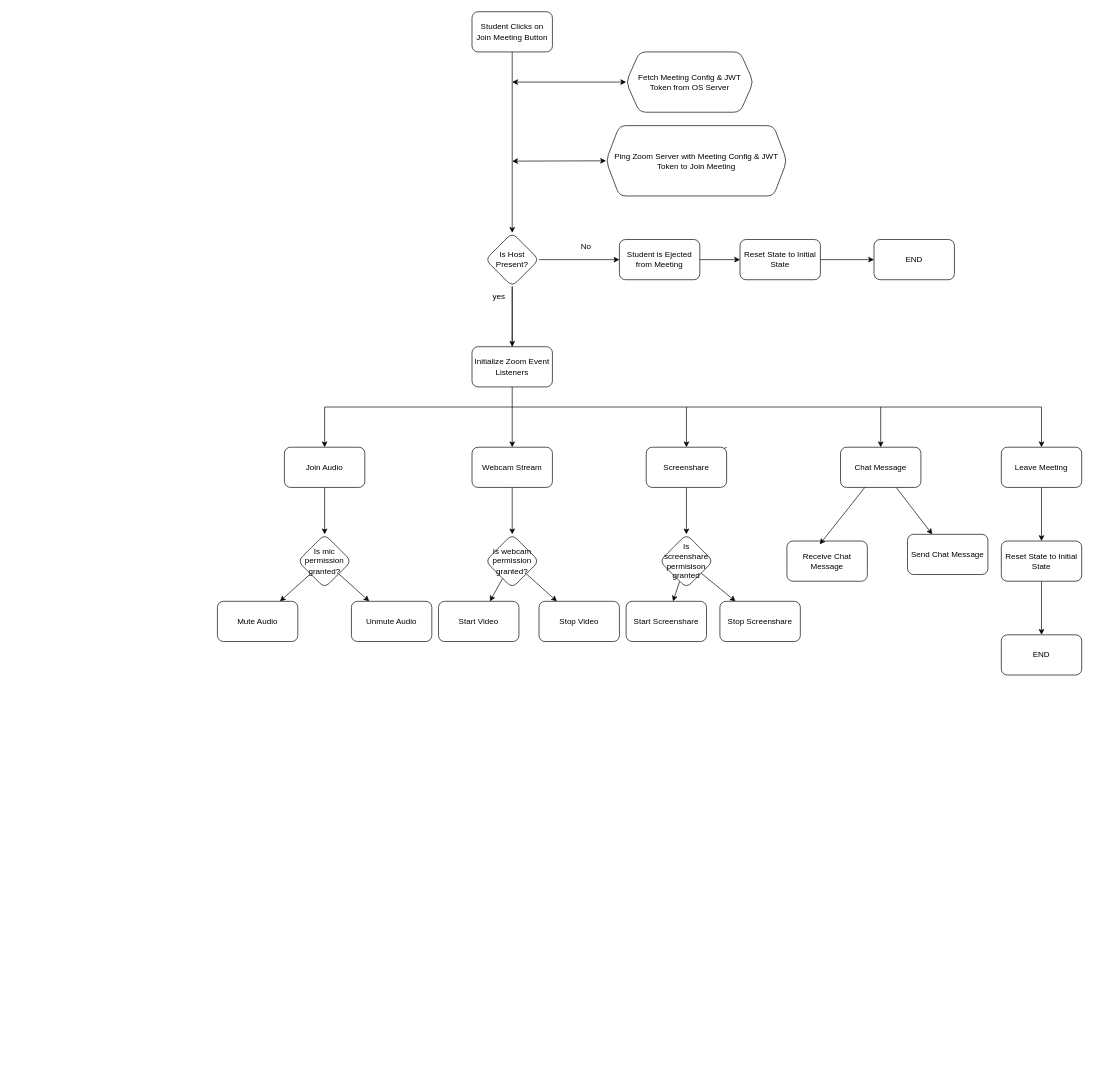
Earlier version of the draw.io diagram Meeting Feature Diagram.drawio (faizanalibugti/Feature-Digrams). Source tidied: cells renumbered, new cells numbered last; positions are measured from the earlier drawing's top-left corner, leaving out a move shared by most shapes. Both pictures are drawn from the tidied source at 67%, with x=0, y=0 at pixel (217, 11).
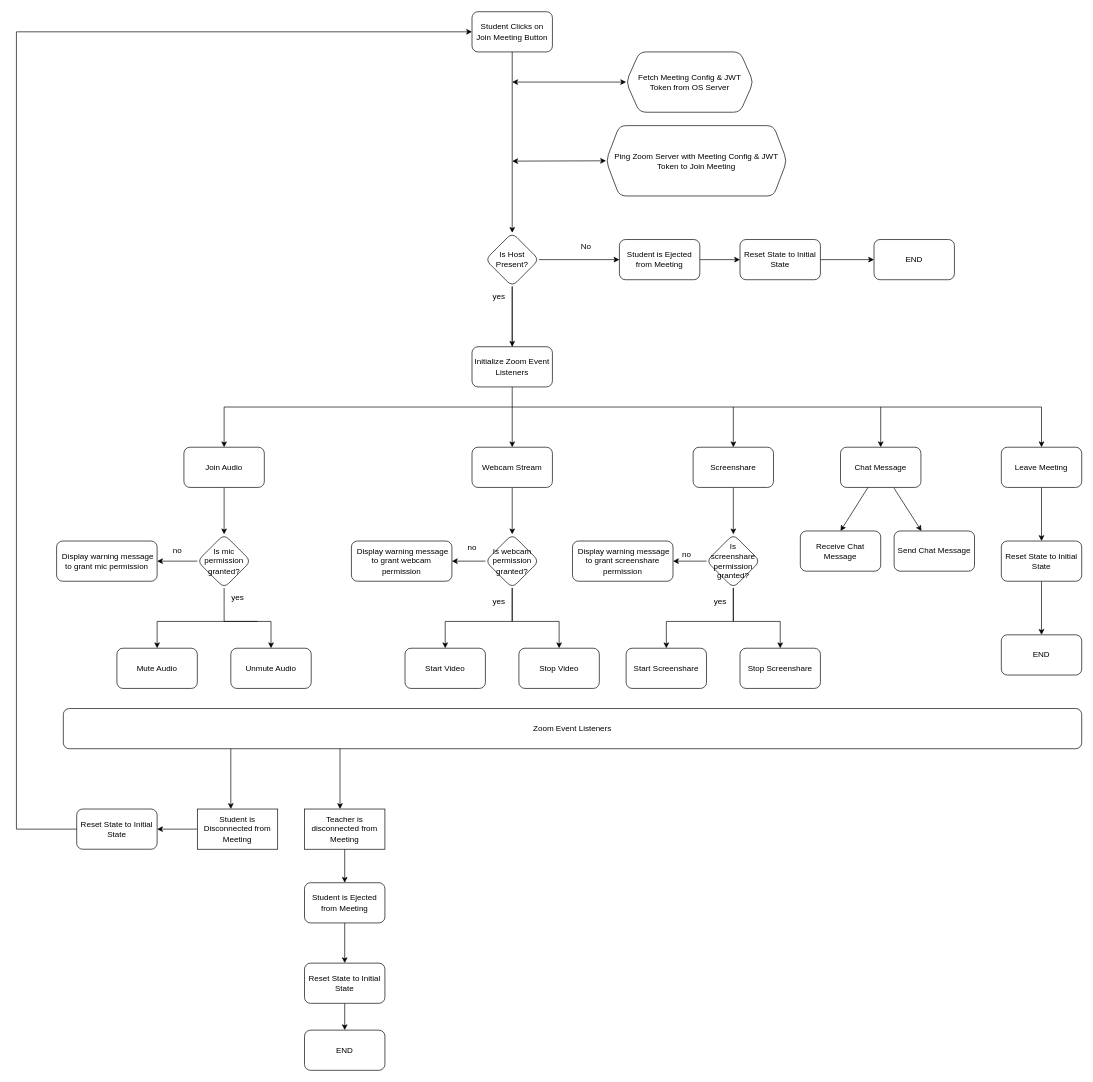
Above is the later version.

Unchanged cells that the change refers to:
```xml
<mxCell id="3" value="Student Clicks on Join Meeting Button" style="rounded=1;whiteSpace=wrap;html=1;" parent="1" vertex="1">
  <mxGeometry x="380" width="120" height="60" as="geometry" />
</mxCell>
<mxCell id="17" value="Webcam Stream" style="rounded=1;whiteSpace=wrap;html=1;" parent="1" vertex="1">
  <mxGeometry x="380" y="650" width="120" height="60" as="geometry" />
</mxCell>
<mxCell id="20" value="Chat Message" style="rounded=1;whiteSpace=wrap;html=1;" parent="1" vertex="1">
  <mxGeometry x="930" y="650" width="120" height="60" as="geometry" />
</mxCell>
```

Diff of the diagram source:
```diff
@@
     <mxCell id="13" style="edgeStyle=none;rounded=0;jettySize=auto;html=1;" parent="1" edge="1" target="15">
       <mxGeometry relative="1" as="geometry">
         <mxPoint x="1230" y="590" as="sourcePoint" />
         <Array as="points">
-          <mxPoint x="160" y="590" />
+          <mxPoint x="10" y="590" />
         </Array>
       </mxGeometry>
     </mxCell>
@@
     <mxCell id="15" value="Join Audio" style="whiteSpace=wrap;html=1;rounded=1;" parent="1" vertex="1">
-      <mxGeometry x="100" y="650" width="120" height="60" as="geometry" />
+      <mxGeometry x="-50" y="650" width="120" height="60" as="geometry" />
     </mxCell>
-    <mxCell id="16" style="edgeStyle=none;rounded=0;jettySize=auto;html=1;" parent="1" edge="1" source="17" target="38">
-      <mxGeometry relative="1" as="geometry" />
+    <mxCell id="16" style="edgeStyle=none;rounded=0;jettySize=auto;html=1;" parent="1" edge="1" source="17">
+      <mxGeometry relative="1" as="geometry">
+        <mxPoint x="440" y="780" as="targetPoint" />
+      </mxGeometry>
     </mxCell>
@@
     <mxCell id="23" style="edgeStyle=none;rounded=0;jettySize=auto;html=1;" parent="1" edge="1" source="25">
       <mxGeometry relative="1" as="geometry">
-        <mxPoint x="700" y="780" as="targetPoint" />
+        <mxPoint x="770" y="780" as="targetPoint" />
       </mxGeometry>
     </mxCell>
     <mxCell id="24" style="edgeStyle=none;rounded=0;jettySize=auto;html=1;" parent="1" edge="1" target="25">
       <mxGeometry relative="1" as="geometry">
-        <mxPoint x="700" y="590" as="sourcePoint" />
+        <mxPoint x="770" y="590" as="sourcePoint" />
       </mxGeometry>
     </mxCell>
     <mxCell id="25" value="Screenshare" style="rounded=1;whiteSpace=wrap;html=1;" parent="1" vertex="1">
-      <mxGeometry x="640" y="650" width="120" height="60" as="geometry" />
+      <mxGeometry x="710" y="650" width="120" height="60" as="geometry" />
     </mxCell>
@@
-    <mxCell id="31" style="edgeStyle=none;rounded=0;jettySize=auto;html=1;" parent="1" edge="1" source="33" target="34">
-      <mxGeometry relative="1" as="geometry" />
-    </mxCell>
+    <mxCell id="56" style="edgeStyle=orthogonalEdgeStyle;rounded=0;jettySize=auto;html=1;" parent="1" edge="1" source="33" target="59">
+      <mxGeometry relative="1" as="geometry" />
+    </mxCell>
+    <mxCell id="33" value="Is mic permission granted?" style="rhombus;whiteSpace=wrap;html=1;rounded=1;" parent="1" vertex="1">
+      <mxGeometry x="-30" y="780" width="80" height="80" as="geometry" />
+    </mxCell>
+    <mxCell id="57" style="edgeStyle=orthogonalEdgeStyle;rounded=0;jettySize=auto;html=1;" parent="1" edge="1" target="34">
+      <mxGeometry relative="1" as="geometry">
+        <mxPoint x="60" y="910" as="sourcePoint" />
+        <Array as="points">
+          <mxPoint x="-90" y="910" />
+        </Array>
+      </mxGeometry>
+    </mxCell>
+    <mxCell id="34" value="Mute Audio" style="whiteSpace=wrap;html=1;rounded=1;" parent="1" vertex="1">
+      <mxGeometry x="-150" y="950" width="120" height="60" as="geometry" />
+    </mxCell>
-    <mxCell id="32" style="edgeStyle=none;rounded=0;jettySize=auto;html=1;" parent="1" edge="1" source="33" target="35">
-      <mxGeometry relative="1" as="geometry" />
+    <mxCell id="32" style="edgeStyle=orthogonalEdgeStyle;rounded=0;jettySize=auto;html=1;" parent="1" edge="1" source="33" target="35">
+      <mxGeometry relative="1" as="geometry">
+        <Array as="points">
+          <mxPoint x="10" y="910" />
+          <mxPoint x="80" y="910" />
+        </Array>
+      </mxGeometry>
     </mxCell>
-    <mxCell id="33" value="Is mic permission granted?" style="rhombus;whiteSpace=wrap;html=1;rounded=1;" parent="1" vertex="1">
-      <mxGeometry x="120" y="780" width="80" height="80" as="geometry" />
-    </mxCell>
-    <mxCell id="34" value="Mute Audio" style="whiteSpace=wrap;html=1;rounded=1;" parent="1" vertex="1">
-      <mxGeometry y="880" width="120" height="60" as="geometry" />
-    </mxCell>
     <mxCell id="35" value="Unmute Audio" style="rounded=1;whiteSpace=wrap;html=1;" parent="1" vertex="1">
-      <mxGeometry x="200" y="880" width="120" height="60" as="geometry" />
+      <mxGeometry x="20" y="950" width="120" height="60" as="geometry" />
     </mxCell>
-    <mxCell id="36" style="edgeStyle=none;rounded=0;jettySize=auto;html=1;" parent="1" edge="1" source="38" target="39">
-      <mxGeometry relative="1" as="geometry" />
-    </mxCell>
-    <mxCell id="37" style="edgeStyle=none;rounded=0;jettySize=auto;html=1;" parent="1" edge="1" source="38" target="40">
-      <mxGeometry relative="1" as="geometry" />
-    </mxCell>
-    <mxCell id="38" value="Is webcam permission granted?" style="rhombus;whiteSpace=wrap;html=1;rounded=1;" parent="1" vertex="1">
-      <mxGeometry x="400" y="780" width="80" height="80" as="geometry" />
-    </mxCell>
-    <mxCell id="39" value="Start Video" style="rounded=1;whiteSpace=wrap;html=1;" parent="1" vertex="1">
-      <mxGeometry x="330" y="880" width="120" height="60" as="geometry" />
-    </mxCell>
-    <mxCell id="40" value="Stop Video" style="rounded=1;whiteSpace=wrap;html=1;" parent="1" vertex="1">
-      <mxGeometry x="480" y="880" width="120" height="60" as="geometry" />
-    </mxCell>
-    <mxCell id="41" style="edgeStyle=none;rounded=0;jettySize=auto;html=1;" parent="1" edge="1" source="43" target="44">
-      <mxGeometry relative="1" as="geometry" />
-    </mxCell>
-    <mxCell id="42" style="edgeStyle=none;rounded=0;jettySize=auto;html=1;" parent="1" edge="1" source="43" target="45">
-      <mxGeometry relative="1" as="geometry" />
-    </mxCell>
-    <mxCell id="43" value="Is screenshare permisison granted" style="rhombus;whiteSpace=wrap;html=1;rounded=1;" parent="1" vertex="1">
-      <mxGeometry x="660" y="780" width="80" height="80" as="geometry" />
-    </mxCell>
-    <mxCell id="44" value="Start Screenshare" style="rounded=1;whiteSpace=wrap;html=1;" parent="1" vertex="1">
-      <mxGeometry x="610" y="880" width="120" height="60" as="geometry" />
-    </mxCell>
-    <mxCell id="45" value="Stop Screenshare" style="rounded=1;whiteSpace=wrap;html=1;" parent="1" vertex="1">
-      <mxGeometry x="750" y="880" width="120" height="60" as="geometry" />
-    </mxCell>
     <mxCell id="46" value="Send Chat Message" style="rounded=1;whiteSpace=wrap;html=1;" parent="1" vertex="1">
-      <mxGeometry x="1030" y="780" width="120" height="60" as="geometry" />
+      <mxGeometry x="1010" y="775" width="120" height="60" as="geometry" />
     </mxCell>
     <mxCell id="47" value="Receive Chat Message" style="whiteSpace=wrap;html=1;rounded=1;" parent="1" vertex="1">
-      <mxGeometry x="850" y="790" width="120" height="60" as="geometry" />
+      <mxGeometry x="870" y="775" width="120" height="60" as="geometry" />
     </mxCell>
@@
-    <mxCell id="50" style="endArrow=classic;html=1;rounded=0;entryX=0.408;entryY=0.083;entryDx=0;entryDy=0;entryPerimeter=0;" parent="1" edge="1" source="20" target="47">
+    <mxCell id="50" style="endArrow=classic;html=1;rounded=0;entryX=0.5;entryY=0;entryDx=0;entryDy=0;" parent="1" edge="1" source="20" target="47">
       <mxGeometry relative="1" as="geometry" />
     </mxCell>
@@
+    <mxCell id="58" value="yes" style="text;html=1;align=center;verticalAlign=middle;strokeColor=none;fillColor=none;" parent="1" vertex="1">
+      <mxGeometry x="10" y="860" width="40" height="30" as="geometry" />
+    </mxCell>
+    <mxCell id="59" value="&lt;span style=&quot;white-space: pre;&quot;&gt; &lt;/span&gt;Display warning message to grant mic permission" style="whiteSpace=wrap;html=1;rounded=1;" parent="1" vertex="1">
+      <mxGeometry x="-240" y="790" width="150" height="60" as="geometry" />
+    </mxCell>
+    <mxCell id="60" value="no" style="text;html=1;align=center;verticalAlign=middle;strokeColor=none;fillColor=none;" parent="1" vertex="1">
+      <mxGeometry x="-80" y="790" width="40" height="30" as="geometry" />
+    </mxCell>
+    <mxCell id="61" style="edgeStyle=orthogonalEdgeStyle;rounded=0;jettySize=auto;html=1;" parent="1" edge="1" source="38" target="65">
+      <mxGeometry relative="1" as="geometry" />
+    </mxCell>
+    <mxCell id="38" value="Is webcam permission granted?" style="rhombus;whiteSpace=wrap;html=1;rounded=1;" parent="1" vertex="1">
+      <mxGeometry x="400" y="780" width="80" height="80" as="geometry" />
+    </mxCell>
+    <mxCell id="62" style="edgeStyle=orthogonalEdgeStyle;rounded=0;jettySize=auto;html=1;" parent="1" edge="1" target="39">
+      <mxGeometry relative="1" as="geometry">
+        <mxPoint x="440" y="910" as="sourcePoint" />
+        <Array as="points">
+          <mxPoint x="340" y="920" />
+          <mxPoint x="340" y="920" />
+        </Array>
+      </mxGeometry>
+    </mxCell>
+    <mxCell id="39" value="Start Video" style="whiteSpace=wrap;html=1;rounded=1;" parent="1" vertex="1">
+      <mxGeometry x="280" y="950" width="120" height="60" as="geometry" />
+    </mxCell>
+    <mxCell id="37" style="edgeStyle=orthogonalEdgeStyle;rounded=0;jettySize=auto;html=1;" parent="1" edge="1" source="38" target="40">
+      <mxGeometry relative="1" as="geometry">
+        <Array as="points">
+          <mxPoint x="440" y="910" />
+          <mxPoint x="510" y="910" />
+        </Array>
+      </mxGeometry>
+    </mxCell>
+    <mxCell id="40" value="Stop Video" style="rounded=1;whiteSpace=wrap;html=1;" parent="1" vertex="1">
+      <mxGeometry x="450" y="950" width="120" height="60" as="geometry" />
+    </mxCell>
+    <mxCell id="63" style="endArrow=none;html=1;rounded=0;entryX=0.5;entryY=1;entryDx=0;entryDy=0;" parent="1" edge="1" target="38">
+      <mxGeometry relative="1" as="geometry">
+        <mxPoint x="440" y="910" as="sourcePoint" />
+      </mxGeometry>
+    </mxCell>
+    <mxCell id="64" value="yes" style="text;html=1;align=center;verticalAlign=middle;strokeColor=none;fillColor=none;" parent="1" vertex="1">
+      <mxGeometry x="400" y="865" width="40" height="30" as="geometry" />
+    </mxCell>
+    <mxCell id="65" value="&lt;span style=&quot;white-space: pre;&quot;&gt; &lt;/span&gt;Display warning message to grant webcam permission" style="whiteSpace=wrap;html=1;rounded=1;" parent="1" vertex="1">
+      <mxGeometry x="200" y="790" width="150" height="60" as="geometry" />
+    </mxCell>
+    <mxCell id="66" value="no" style="text;html=1;align=center;verticalAlign=middle;strokeColor=none;fillColor=none;" parent="1" vertex="1">
+      <mxGeometry x="360" y="785" width="40" height="30" as="geometry" />
+    </mxCell>
+    <mxCell id="67" style="edgeStyle=orthogonalEdgeStyle;rounded=0;jettySize=auto;html=1;" parent="1" edge="1" source="68" target="73">
+      <mxGeometry relative="1" as="geometry" />
+    </mxCell>
+    <mxCell id="68" value="Is screenshare permission granted?" style="rhombus;whiteSpace=wrap;html=1;rounded=1;" parent="1" vertex="1">
+      <mxGeometry x="730" y="780" width="80" height="80" as="geometry" />
+    </mxCell>
+    <mxCell id="69" style="edgeStyle=orthogonalEdgeStyle;rounded=0;jettySize=auto;html=1;" parent="1" edge="1" target="44">
+      <mxGeometry relative="1" as="geometry">
+        <mxPoint x="770" y="910" as="sourcePoint" />
+        <Array as="points">
+          <mxPoint x="670" y="920" />
+          <mxPoint x="670" y="920" />
+        </Array>
+      </mxGeometry>
+    </mxCell>
+    <mxCell id="44" value="Start Screenshare" style="whiteSpace=wrap;html=1;rounded=1;" parent="1" vertex="1">
+      <mxGeometry x="610" y="950" width="120" height="60" as="geometry" />
+    </mxCell>
+    <mxCell id="70" style="edgeStyle=orthogonalEdgeStyle;rounded=0;jettySize=auto;html=1;" parent="1" edge="1" source="68" target="45">
+      <mxGeometry relative="1" as="geometry">
+        <Array as="points">
+          <mxPoint x="770" y="910" />
+          <mxPoint x="840" y="910" />
+        </Array>
+      </mxGeometry>
+    </mxCell>
+    <mxCell id="45" value="Stop Screenshare" style="rounded=1;whiteSpace=wrap;html=1;" parent="1" vertex="1">
+      <mxGeometry x="780" y="950" width="120" height="60" as="geometry" />
+    </mxCell>
+    <mxCell id="71" style="endArrow=none;html=1;rounded=0;entryX=0.5;entryY=1;entryDx=0;entryDy=0;" parent="1" edge="1" target="68">
+      <mxGeometry relative="1" as="geometry">
+        <mxPoint x="770" y="910" as="sourcePoint" />
+      </mxGeometry>
+    </mxCell>
+    <mxCell id="72" value="yes" style="text;html=1;align=center;verticalAlign=middle;strokeColor=none;fillColor=none;" parent="1" vertex="1">
+      <mxGeometry x="730" y="865" width="40" height="30" as="geometry" />
+    </mxCell>
+    <mxCell id="73" value="&lt;span style=&quot;white-space: pre;&quot;&gt; &lt;/span&gt;Display warning message to grant screenshare permission" style="whiteSpace=wrap;html=1;rounded=1;" parent="1" vertex="1">
+      <mxGeometry x="530" y="790" width="150" height="60" as="geometry" />
+    </mxCell>
+    <mxCell id="74" value="no" style="text;html=1;align=center;verticalAlign=middle;strokeColor=none;fillColor=none;" parent="1" vertex="1">
+      <mxGeometry x="680" y="795" width="40" height="30" as="geometry" />
+    </mxCell>
+    <mxCell id="75" style="edgeStyle=orthogonalEdgeStyle;rounded=0;jettySize=auto;html=1;entryX=0;entryY=0.5;entryDx=0;entryDy=0;exitX=0;exitY=0.5;exitDx=0;exitDy=0;" parent="1" edge="1" source="88" target="3">
+      <mxGeometry relative="1" as="geometry">
+        <Array as="points">
+          <mxPoint x="-300" y="1220" />
+          <mxPoint x="-300" y="30" />
+        </Array>
+      </mxGeometry>
+    </mxCell>
+    <mxCell id="76" style="edgeStyle=orthogonalEdgeStyle;rounded=0;jettySize=auto;html=1;" parent="1" edge="1" source="77" target="88">
+      <mxGeometry relative="1" as="geometry" />
+    </mxCell>
+    <mxCell id="77" value="Student is Disconnected from Meeting" style="rounded=0;whiteSpace=wrap;html=1;" parent="1" vertex="1">
+      <mxGeometry x="-30" y="1190" width="120" height="60" as="geometry" />
+    </mxCell>
+    <mxCell id="78" value="Zoom Event Listeners" style="rounded=1;whiteSpace=wrap;html=1;" parent="1" vertex="1">
+      <mxGeometry x="-230" y="1040" width="1520" height="60" as="geometry" />
+    </mxCell>
+    <mxCell id="79" style="endArrow=classic;html=1;rounded=0;" parent="1" edge="1">
+      <mxGeometry relative="1" as="geometry">
+        <mxPoint x="20" y="1100" as="sourcePoint" />
+        <mxPoint x="20" y="1190" as="targetPoint" />
+      </mxGeometry>
+    </mxCell>
+    <mxCell id="80" style="endArrow=classic;html=1;rounded=0;" parent="1" edge="1">
+      <mxGeometry relative="1" as="geometry">
+        <mxPoint x="183" y="1100" as="sourcePoint" />
+        <mxPoint x="183" y="1190" as="targetPoint" />
+      </mxGeometry>
+    </mxCell>
+    <mxCell id="81" style="edgeStyle=orthogonalEdgeStyle;rounded=0;jettySize=auto;html=1;" parent="1" edge="1" source="82" target="84">
+      <mxGeometry relative="1" as="geometry" />
+    </mxCell>
+    <mxCell id="82" value="Teacher is disconnected from Meeting" style="rounded=0;whiteSpace=wrap;html=1;" parent="1" vertex="1">
+      <mxGeometry x="130" y="1190" width="120" height="60" as="geometry" />
+    </mxCell>
+    <mxCell id="83" style="edgeStyle=orthogonalEdgeStyle;rounded=0;jettySize=auto;html=1;" parent="1" edge="1" source="84" target="86">
+      <mxGeometry relative="1" as="geometry" />
+    </mxCell>
+    <mxCell id="84" value="Student is Ejected from Meeting" style="rounded=1;whiteSpace=wrap;html=1;" parent="1" vertex="1">
+      <mxGeometry x="130" y="1300" width="120" height="60" as="geometry" />
+    </mxCell>
+    <mxCell id="85" style="edgeStyle=orthogonalEdgeStyle;rounded=0;jettySize=auto;html=1;" parent="1" edge="1" source="86" target="87">
+      <mxGeometry relative="1" as="geometry" />
+    </mxCell>
+    <mxCell id="86" value="Reset State to Initial State" style="rounded=1;whiteSpace=wrap;html=1;" parent="1" vertex="1">
+      <mxGeometry x="130" y="1420" width="120" height="60" as="geometry" />
+    </mxCell>
+    <mxCell id="87" value="END" style="rounded=1;whiteSpace=wrap;html=1;" parent="1" vertex="1">
+      <mxGeometry x="130" y="1520" width="120" height="60" as="geometry" />
+    </mxCell>
+    <mxCell id="88" value="Reset State to Initial State" style="rounded=1;whiteSpace=wrap;html=1;" parent="1" vertex="1">
+      <mxGeometry x="-210" y="1190" width="120" height="60" as="geometry" />
+    </mxCell>
```
